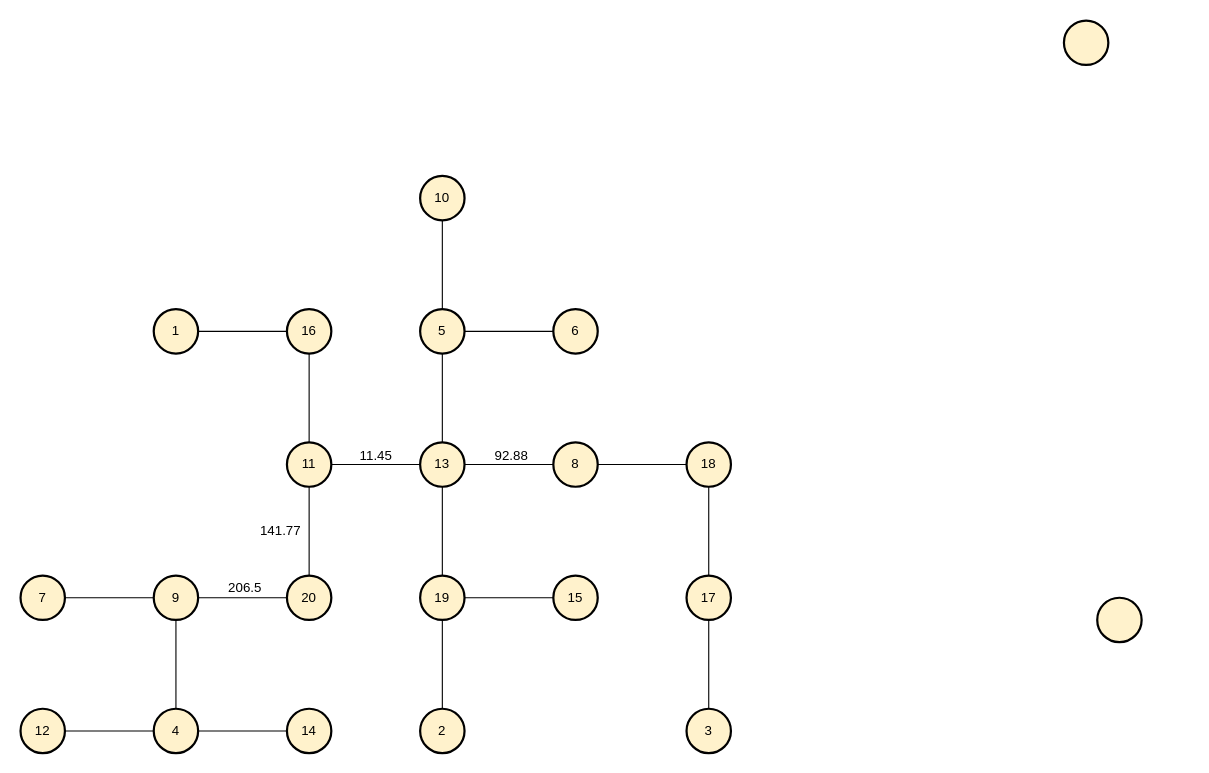
This is Kruskal/Untitled Diagram.drawio from jiaquantan/Diagram, a draw.io file, before an edit. Source tidied: cells renumbered, new cells numbered last; positions are measured from the earlier drawing's top-left corner, leaving out a move shared by most shapes. Both pictures are drawn from the tidied source at 111%, with x=0, y=0 at pixel (20, 20).
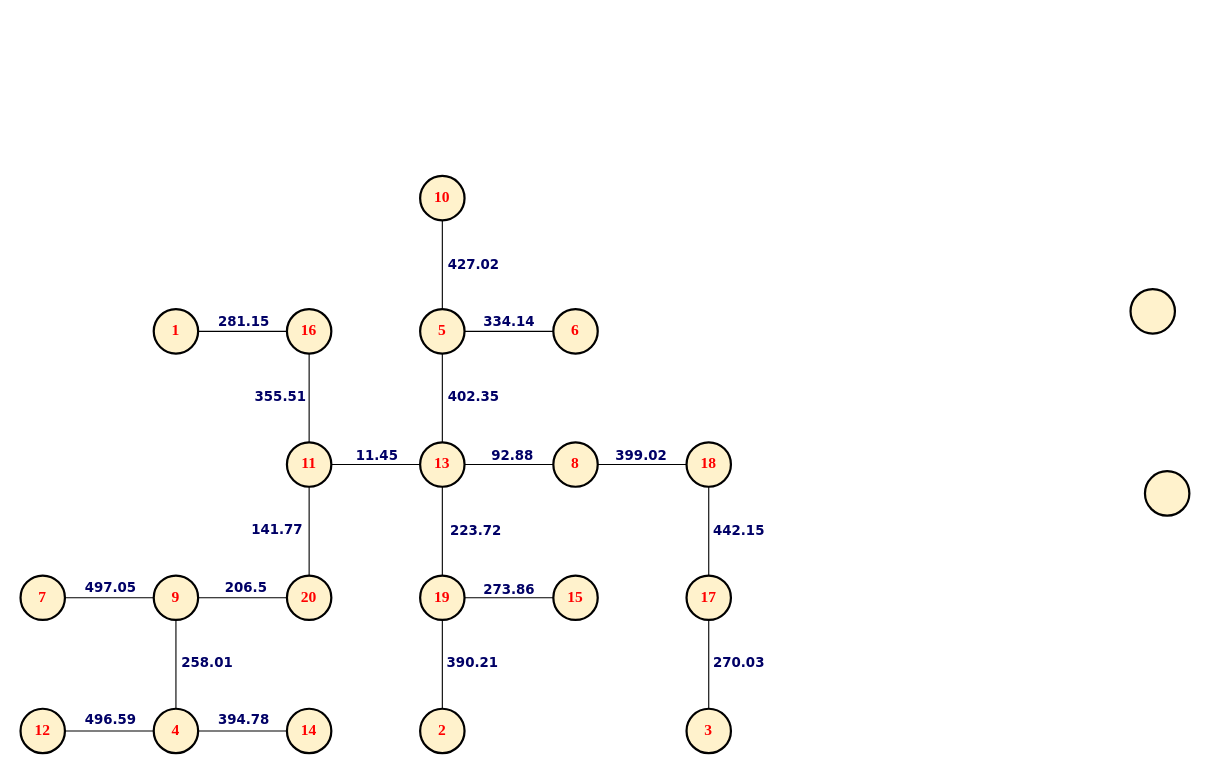
The same diagram, later.

Diff of the diagram source:
```diff
@@
-    <mxCell id="2" value="11" style="ellipse;whiteSpace=wrap;html=1;fillColor=#FFF2CC;strokeColor=#000000;strokeWidth=2;" parent="1" vertex="1">
+    <mxCell id="2" value="11" style="ellipse;whiteSpace=wrap;html=1;fillColor=#FFF2CC;strokeColor=#000000;strokeWidth=2;fontColor=#FF0000;fontFamily=Times New Roman;fontSize=14;fontStyle=1;" parent="1" vertex="1">
       <mxGeometry x="240" y="380" width="40" height="40" as="geometry" />
     </mxCell>
-    <mxCell id="3" value="13" style="ellipse;whiteSpace=wrap;html=1;fillColor=#FFF2CC;strokeColor=#000000;strokeWidth=2;" parent="1" vertex="1">
+    <mxCell id="3" value="13" style="ellipse;whiteSpace=wrap;html=1;fillColor=#FFF2CC;strokeColor=#000000;strokeWidth=2;fontColor=#FF0000;fontFamily=Times New Roman;fontSize=14;fontStyle=1;" parent="1" vertex="1">
       <mxGeometry x="360" y="380" width="40" height="40" as="geometry" />
     </mxCell>
-    <mxCell id="4" value="5" style="ellipse;whiteSpace=wrap;html=1;fillColor=#FFF2CC;strokeColor=#000000;strokeWidth=2;" parent="1" vertex="1">
+    <mxCell id="4" value="5" style="ellipse;whiteSpace=wrap;html=1;fillColor=#FFF2CC;strokeColor=#000000;strokeWidth=2;fontColor=#FF0000;fontFamily=Times New Roman;fontSize=14;fontStyle=1;" parent="1" vertex="1">
       <mxGeometry x="360" y="260" width="40" height="40" as="geometry" />
     </mxCell>
-    <mxCell id="5" value="1" style="ellipse;whiteSpace=wrap;html=1;fillColor=#FFF2CC;strokeColor=#000000;strokeWidth=2;" parent="1" vertex="1">
+    <mxCell id="5" value="1" style="ellipse;whiteSpace=wrap;html=1;fillColor=#FFF2CC;strokeColor=#000000;strokeWidth=2;fontColor=#FF0000;fontFamily=Times New Roman;fontSize=14;fontStyle=1;" parent="1" vertex="1">
       <mxGeometry x="120" y="260" width="40" height="40" as="geometry" />
     </mxCell>
-    <mxCell id="6" value="2" style="ellipse;whiteSpace=wrap;html=1;fillColor=#FFF2CC;strokeColor=#000000;strokeWidth=2;" parent="1" vertex="1">
+    <mxCell id="6" value="2" style="ellipse;whiteSpace=wrap;html=1;fillColor=#FFF2CC;strokeColor=#000000;strokeWidth=2;fontColor=#FF0000;fontFamily=Times New Roman;fontSize=14;fontStyle=1;" parent="1" vertex="1">
       <mxGeometry x="360" y="620" width="40" height="40" as="geometry" />
     </mxCell>
-    <mxCell id="7" value="17" style="ellipse;whiteSpace=wrap;html=1;fillColor=#FFF2CC;strokeColor=#000000;strokeWidth=2;" parent="1" vertex="1">
+    <mxCell id="7" value="17" style="ellipse;whiteSpace=wrap;html=1;fillColor=#FFF2CC;strokeColor=#000000;strokeWidth=2;fontColor=#FF0000;fontFamily=Times New Roman;fontSize=14;fontStyle=1;" parent="1" vertex="1">
       <mxGeometry x="600" y="500" width="40" height="40" as="geometry" />
     </mxCell>
-    <mxCell id="8" value="4" style="ellipse;whiteSpace=wrap;html=1;fillColor=#FFF2CC;strokeColor=#000000;strokeWidth=2;" parent="1" vertex="1">
+    <mxCell id="8" value="4" style="ellipse;whiteSpace=wrap;html=1;fillColor=#FFF2CC;strokeColor=#000000;strokeWidth=2;fontColor=#FF0000;fontFamily=Times New Roman;fontSize=14;fontStyle=1;" parent="1" vertex="1">
       <mxGeometry x="120" y="620" width="40" height="40" as="geometry" />
     </mxCell>
-    <mxCell id="9" value="9" style="ellipse;whiteSpace=wrap;html=1;fillColor=#FFF2CC;strokeColor=#000000;strokeWidth=2;" parent="1" vertex="1">
+    <mxCell id="9" value="9" style="ellipse;whiteSpace=wrap;html=1;fillColor=#FFF2CC;strokeColor=#000000;strokeWidth=2;fontColor=#FF0000;fontFamily=Times New Roman;fontSize=14;fontStyle=1;" parent="1" vertex="1">
       <mxGeometry x="120" y="500" width="40" height="40" as="geometry" />
     </mxCell>
-    <mxCell id="10" value="20" style="ellipse;whiteSpace=wrap;html=1;fillColor=#FFF2CC;strokeColor=#000000;strokeWidth=2;" parent="1" vertex="1">
+    <mxCell id="10" value="20" style="ellipse;whiteSpace=wrap;html=1;fillColor=#FFF2CC;strokeColor=#000000;strokeWidth=2;fontColor=#FF0000;fontFamily=Times New Roman;fontSize=14;fontStyle=1;" parent="1" vertex="1">
       <mxGeometry x="240" y="500" width="40" height="40" as="geometry" />
     </mxCell>
-    <mxCell id="11" value="8" style="ellipse;whiteSpace=wrap;html=1;fillColor=#FFF2CC;strokeColor=#000000;strokeWidth=2;" parent="1" vertex="1">
+    <mxCell id="11" value="8" style="ellipse;whiteSpace=wrap;html=1;fillColor=#FFF2CC;strokeColor=#000000;strokeWidth=2;fontColor=#FF0000;fontFamily=Times New Roman;fontSize=14;fontStyle=1;" parent="1" vertex="1">
       <mxGeometry x="480" y="380" width="40" height="40" as="geometry" />
     </mxCell>
-    <mxCell id="12" value="19" style="ellipse;whiteSpace=wrap;html=1;fillColor=#FFF2CC;strokeColor=#000000;strokeWidth=2;" parent="1" vertex="1">
+    <mxCell id="12" value="19" style="ellipse;whiteSpace=wrap;html=1;fillColor=#FFF2CC;strokeColor=#000000;strokeWidth=2;fontColor=#FF0000;fontFamily=Times New Roman;fontSize=14;fontStyle=1;" parent="1" vertex="1">
       <mxGeometry x="360" y="500" width="40" height="40" as="geometry" />
     </mxCell>
-    <mxCell id="13" value="3" style="ellipse;whiteSpace=wrap;html=1;fillColor=#FFF2CC;strokeColor=#000000;strokeWidth=2;" parent="1" vertex="1">
+    <mxCell id="13" value="3" style="ellipse;whiteSpace=wrap;html=1;fillColor=#FFF2CC;strokeColor=#000000;strokeWidth=2;fontColor=#FF0000;fontFamily=Times New Roman;fontSize=14;fontStyle=1;" parent="1" vertex="1">
       <mxGeometry x="600" y="620" width="40" height="40" as="geometry" />
     </mxCell>
-    <mxCell id="14" value="6" style="ellipse;whiteSpace=wrap;html=1;fillColor=#FFF2CC;strokeColor=#000000;strokeWidth=2;" parent="1" vertex="1">
+    <mxCell id="14" value="6" style="ellipse;whiteSpace=wrap;html=1;fillColor=#FFF2CC;strokeColor=#000000;strokeWidth=2;fontColor=#FF0000;fontFamily=Times New Roman;fontSize=14;fontStyle=1;" parent="1" vertex="1">
       <mxGeometry x="480" y="260" width="40" height="40" as="geometry" />
     </mxCell>
-    <mxCell id="15" value="15" style="ellipse;whiteSpace=wrap;html=1;fillColor=#FFF2CC;strokeColor=#000000;strokeWidth=2;" parent="1" vertex="1">
+    <mxCell id="15" value="15" style="ellipse;whiteSpace=wrap;html=1;fillColor=#FFF2CC;strokeColor=#000000;strokeWidth=2;fontColor=#FF0000;fontFamily=Times New Roman;fontSize=14;fontStyle=1;" parent="1" vertex="1">
       <mxGeometry x="480" y="500" width="40" height="40" as="geometry" />
     </mxCell>
-    <mxCell id="16" value="16" style="ellipse;whiteSpace=wrap;html=1;fillColor=#FFF2CC;strokeColor=#000000;strokeWidth=2;" parent="1" vertex="1">
+    <mxCell id="16" value="16" style="ellipse;whiteSpace=wrap;html=1;fillColor=#FFF2CC;strokeColor=#000000;strokeWidth=2;fontColor=#FF0000;fontFamily=Times New Roman;fontSize=14;fontStyle=1;" parent="1" vertex="1">
       <mxGeometry x="240" y="260" width="40" height="40" as="geometry" />
     </mxCell>
-    <mxCell id="17" value="18" style="ellipse;whiteSpace=wrap;html=1;fillColor=#FFF2CC;strokeColor=#000000;strokeWidth=2;" parent="1" vertex="1">
+    <mxCell id="17" value="18" style="ellipse;whiteSpace=wrap;html=1;fillColor=#FFF2CC;strokeColor=#000000;strokeWidth=2;fontColor=#FF0000;fontFamily=Times New Roman;fontSize=14;fontStyle=1;" parent="1" vertex="1">
       <mxGeometry x="600" y="380" width="40" height="40" as="geometry" />
     </mxCell>
-    <mxCell id="18" value="12" style="ellipse;whiteSpace=wrap;html=1;fillColor=#FFF2CC;strokeColor=#000000;strokeWidth=2;" parent="1" vertex="1">
+    <mxCell id="18" value="12" style="ellipse;whiteSpace=wrap;html=1;fillColor=#FFF2CC;strokeColor=#000000;strokeWidth=2;fontColor=#FF0000;fontFamily=Times New Roman;fontSize=14;fontStyle=1;" parent="1" vertex="1">
       <mxGeometry y="620" width="40" height="40" as="geometry" />
     </mxCell>
     <mxCell id="19" style="ellipse;whiteSpace=wrap;html=1;fillColor=#FFF2CC;strokeColor=#000000;strokeWidth=2;" parent="1" vertex="1">
-      <mxGeometry x="970" y="520" width="40" height="40" as="geometry" />
+      <mxGeometry x="1013" y="406" width="40" height="40" as="geometry" />
     </mxCell>
-    <mxCell id="20" value="7" style="ellipse;whiteSpace=wrap;html=1;fillColor=#FFF2CC;strokeColor=#000000;strokeWidth=2;" parent="1" vertex="1">
+    <mxCell id="20" value="7" style="ellipse;whiteSpace=wrap;html=1;fillColor=#FFF2CC;strokeColor=#000000;strokeWidth=2;fontColor=#FF0000;fontFamily=Times New Roman;fontSize=14;fontStyle=1;" parent="1" vertex="1">
       <mxGeometry y="500" width="40" height="40" as="geometry" />
     </mxCell>
-    <mxCell id="21" value="10" style="ellipse;whiteSpace=wrap;html=1;fillColor=#FFF2CC;strokeColor=#000000;strokeWidth=2;" parent="1" vertex="1">
+    <mxCell id="21" value="10" style="ellipse;whiteSpace=wrap;html=1;fillColor=#FFF2CC;strokeColor=#000000;strokeWidth=2;fontColor=#FF0000;fontFamily=Times New Roman;fontSize=14;fontStyle=1;" parent="1" vertex="1">
       <mxGeometry x="360" y="140" width="40" height="40" as="geometry" />
     </mxCell>
-    <mxCell id="22" value="14" style="ellipse;whiteSpace=wrap;html=1;fillColor=#FFF2CC;strokeColor=#000000;strokeWidth=2;" parent="1" vertex="1">
+    <mxCell id="22" value="14" style="ellipse;whiteSpace=wrap;html=1;fillColor=#FFF2CC;strokeColor=#000000;strokeWidth=2;fontColor=#FF0000;fontFamily=Times New Roman;fontSize=14;fontStyle=1;" parent="1" vertex="1">
       <mxGeometry x="240" y="620" width="40" height="40" as="geometry" />
     </mxCell>
@@
     <mxCell id="41" style="ellipse;whiteSpace=wrap;html=1;fillColor=#FFF2CC;strokeColor=#000000;strokeWidth=2;" parent="1" vertex="1">
-      <mxGeometry x="940" width="40" height="40" as="geometry" />
+      <mxGeometry x="1000" y="242" width="40" height="40" as="geometry" />
     </mxCell>
@@
-    <mxCell id="43" value="11.45" style="text;html=1;align=center;verticalAlign=middle;strokeColor=none;fillColor=none;" parent="1" vertex="1">
-      <mxGeometry x="295" y="377" width="50" height="30" as="geometry" />
+    <mxCell id="43" value="11.45" style="text;html=1;align=center;verticalAlign=middle;strokeColor=none;fillColor=none;fontFamily=Verdana;fontStyle=1;fontColor=#000066;" parent="1" vertex="1">
+      <mxGeometry x="294" y="379" width="53" height="26" as="geometry" />
     </mxCell>
-    <mxCell id="44" value="92.88" style="text;html=1;align=center;verticalAlign=middle;strokeColor=none;fillColor=none;" parent="1" vertex="1">
-      <mxGeometry x="417" y="377" width="50" height="30" as="geometry" />
+    <mxCell id="44" value="92.88" style="text;html=1;align=center;verticalAlign=middle;strokeColor=none;fillColor=none;fontFamily=Verdana;fontStyle=1;fontColor=#000066;" parent="1" vertex="1">
+      <mxGeometry x="416" y="379" width="53" height="26" as="geometry" />
     </mxCell>
-    <mxCell id="45" value="141.77" style="text;html=1;align=center;verticalAlign=middle;strokeColor=none;fillColor=none;" parent="1" vertex="1">
-      <mxGeometry x="204" y="445" width="60" height="30" as="geometry" />
+    <mxCell id="45" value="141.77" style="text;html=1;align=center;verticalAlign=middle;strokeColor=none;fillColor=none;fontFamily=Verdana;fontStyle=1;fontColor=#000066;" parent="1" vertex="1">
+      <mxGeometry x="200" y="446" width="61" height="26" as="geometry" />
     </mxCell>
-    <mxCell id="46" value="206.5" style="text;html=1;align=center;verticalAlign=middle;strokeColor=none;fillColor=none;" parent="1" vertex="1">
-      <mxGeometry x="177" y="496" width="50" height="30" as="geometry" />
+    <mxCell id="46" value="206.5" style="text;html=1;align=center;verticalAlign=middle;strokeColor=none;fillColor=none;fontFamily=Verdana;fontStyle=1;fontColor=#000066;" parent="1" vertex="1">
+      <mxGeometry x="176" y="498" width="53" height="26" as="geometry" />
     </mxCell>
+    <mxCell id="47" value="223.72" style="text;html=1;align=center;verticalAlign=middle;strokeColor=none;fillColor=none;fontFamily=Verdana;fontStyle=1;fontColor=#000066;" parent="1" vertex="1">
+      <mxGeometry x="379" y="447" width="61" height="26" as="geometry" />
+    </mxCell>
+    <mxCell id="48" value="258.01" style="text;html=1;align=center;verticalAlign=middle;strokeColor=none;fillColor=none;fontFamily=Verdana;fontStyle=1;fontColor=#000066;" parent="1" vertex="1">
+      <mxGeometry x="137" y="566" width="61" height="26" as="geometry" />
+    </mxCell>
+    <mxCell id="49" value="270.03" style="text;html=1;align=center;verticalAlign=middle;strokeColor=none;fillColor=none;fontFamily=Verdana;fontStyle=1;fontColor=#000066;" parent="1" vertex="1">
+      <mxGeometry x="616" y="566" width="61" height="26" as="geometry" />
+    </mxCell>
+    <mxCell id="50" value="273.86" style="text;html=1;align=center;verticalAlign=middle;strokeColor=none;fillColor=none;fontFamily=Verdana;fontStyle=1;fontColor=#000066;" parent="1" vertex="1">
+      <mxGeometry x="409" y="500" width="61" height="26" as="geometry" />
+    </mxCell>
+    <mxCell id="51" value="281.15" style="text;html=1;align=center;verticalAlign=middle;strokeColor=none;fillColor=none;fontFamily=Verdana;fontStyle=1;fontColor=#000066;" parent="1" vertex="1">
+      <mxGeometry x="170" y="259" width="61" height="26" as="geometry" />
+    </mxCell>
+    <mxCell id="52" value="334.14" style="text;html=1;align=center;verticalAlign=middle;strokeColor=none;fillColor=none;fontFamily=Verdana;fontStyle=1;fontColor=#000066;" parent="1" vertex="1">
+      <mxGeometry x="409" y="259" width="61" height="26" as="geometry" />
+    </mxCell>
+    <mxCell id="53" value="355.51" style="text;html=1;align=center;verticalAlign=middle;strokeColor=none;fillColor=none;fontFamily=Verdana;fontStyle=1;fontColor=#000066;" parent="1" vertex="1">
+      <mxGeometry x="203" y="326" width="61" height="26" as="geometry" />
+    </mxCell>
+    <mxCell id="54" value="390.21" style="text;html=1;align=center;verticalAlign=middle;strokeColor=none;fillColor=none;fontFamily=Verdana;fontStyle=1;fontColor=#000066;" parent="1" vertex="1">
+      <mxGeometry x="376" y="566" width="61" height="26" as="geometry" />
+    </mxCell>
+    <mxCell id="55" value="394.78" style="text;html=1;align=center;verticalAlign=middle;strokeColor=none;fillColor=none;fontFamily=Verdana;fontStyle=1;fontColor=#000066;" parent="1" vertex="1">
+      <mxGeometry x="170" y="617" width="61" height="26" as="geometry" />
+    </mxCell>
+    <mxCell id="56" value="399.02" style="text;html=1;align=center;verticalAlign=middle;strokeColor=none;fillColor=none;fontFamily=Verdana;fontStyle=1;fontColor=#000066;" parent="1" vertex="1">
+      <mxGeometry x="528" y="379" width="61" height="26" as="geometry" />
+    </mxCell>
+    <mxCell id="57" value="442.15" style="text;html=1;align=center;verticalAlign=middle;strokeColor=none;fillColor=none;fontFamily=Verdana;fontStyle=1;fontColor=#000066;" parent="1" vertex="1">
+      <mxGeometry x="616" y="447" width="61" height="26" as="geometry" />
+    </mxCell>
+    <mxCell id="58" value="496.59" style="text;html=1;align=center;verticalAlign=middle;strokeColor=none;fillColor=none;fontFamily=Verdana;fontStyle=1;fontColor=#000066;" parent="1" vertex="1">
+      <mxGeometry x="50" y="617" width="61" height="26" as="geometry" />
+    </mxCell>
+    <mxCell id="59" value="497.05" style="text;html=1;align=center;verticalAlign=middle;strokeColor=none;fillColor=none;fontFamily=Verdana;fontStyle=1;fontColor=#000066;" parent="1" vertex="1">
+      <mxGeometry x="50" y="498" width="61" height="26" as="geometry" />
+    </mxCell>
+    <mxCell id="60" value="427.02" style="text;html=1;align=center;verticalAlign=middle;strokeColor=none;fillColor=none;fontFamily=Verdana;fontStyle=1;fontColor=#000066;" parent="1" vertex="1">
+      <mxGeometry x="377" y="207" width="61" height="26" as="geometry" />
+    </mxCell>
+    <mxCell id="61" value="402.35" style="text;html=1;align=center;verticalAlign=middle;strokeColor=none;fillColor=none;fontFamily=Verdana;fontStyle=1;fontColor=#000066;" parent="1" vertex="1">
+      <mxGeometry x="377" y="326" width="61" height="26" as="geometry" />
+    </mxCell>
```
